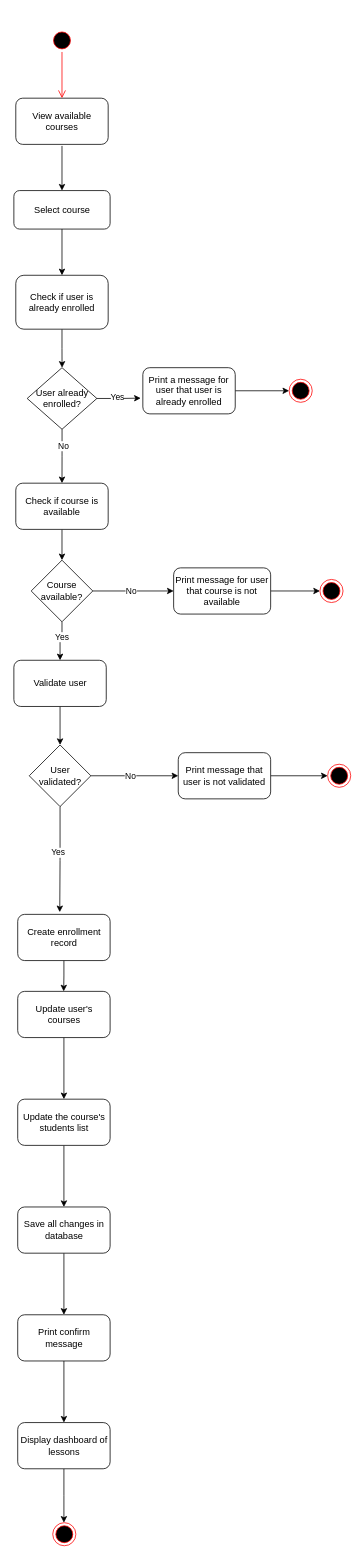
The draw.io diagram page "Page-1" (1 of 2) of activityDiagram.drawio in catray05/prog2_lab6, before the edit. Source tidied: cells renumbered, new cells numbered last; positions are measured from the earlier drawing's top-left corner, leaving out a move shared by most shapes. Both pictures are drawn from the tidied source at 77%, with x=0, y=0 at pixel (13, 28).
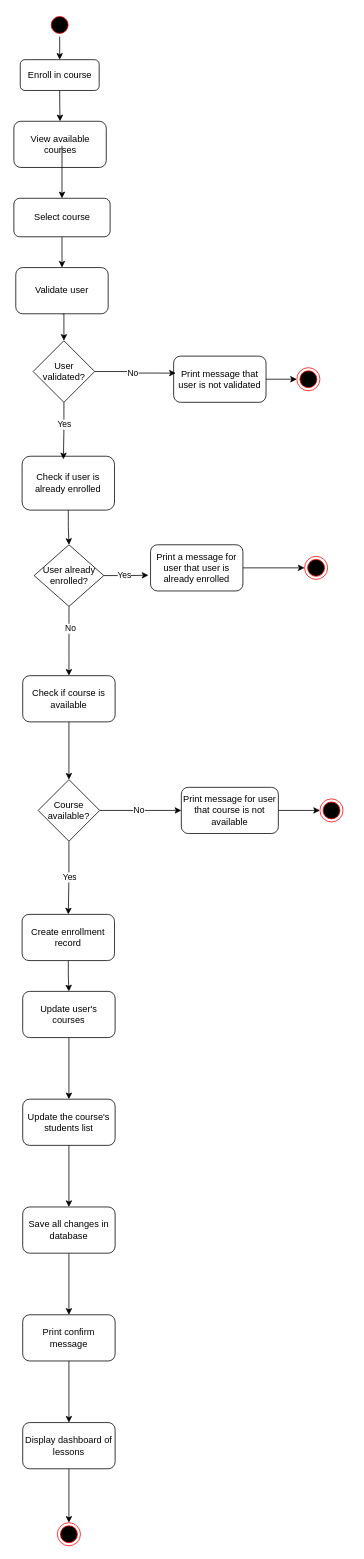
The same page after the edit.

Commit message:
changed the order, we will validate user first

The edit, as a diff of the source:
```diff
@@
     <mxCell id="2" value="View available courses" style="rounded=1;whiteSpace=wrap;html=1;" parent="1" vertex="1">
-      <mxGeometry x="3" y="90" width="120" height="60" as="geometry" />
+      <mxGeometry x="0.5" y="120" width="120" height="60" as="geometry" />
     </mxCell>
@@
-    <mxCell id="4" style="edgeStyle=orthogonalEdgeStyle;rounded=0;jettySize=auto;html=1;exitX=0.5;exitY=1;exitDx=0;exitDy=0;" parent="1" edge="1" source="5" target="10">
-      <mxGeometry relative="1" as="geometry" />
-    </mxCell>
+    <mxCell id="51" style="edgeStyle=orthogonalEdgeStyle;rounded=0;jettySize=auto;html=1;exitX=0.5;exitY=1;exitDx=0;exitDy=0;entryX=0.5;entryY=0;entryDx=0;entryDy=0;" parent="1" edge="1" source="5" target="24">
+      <mxGeometry relative="1" as="geometry" />
+    </mxCell>
     <mxCell id="5" value="Select course" style="rounded=1;whiteSpace=wrap;html=1;" parent="1" vertex="1">
-      <mxGeometry x="0.5" y="210" width="125" height="50" as="geometry" />
+      <mxGeometry x="0.5" y="220" width="125" height="50" as="geometry" />
     </mxCell>
@@
     <mxCell id="8" value="User already enrolled?" style="rhombus;whiteSpace=wrap;html=1;" parent="1" vertex="1">
-      <mxGeometry x="17.8" y="440" width="90.5" height="80" as="geometry" />
+      <mxGeometry x="26.8" y="670" width="90.5" height="80" as="geometry" />
     </mxCell>
@@
     <mxCell id="10" value="Check if user is already enrolled" style="rounded=1;whiteSpace=wrap;html=1;" parent="1" vertex="1">
-      <mxGeometry x="3" y="320" width="120" height="70" as="geometry" />
+      <mxGeometry x="11.2" y="555" width="120" height="70" as="geometry" />
     </mxCell>
@@
     <mxCell id="12" value="Print a message for user that user is already enrolled" style="rounded=1;whiteSpace=wrap;html=1;" parent="1" vertex="1">
-      <mxGeometry x="168" y="440" width="120" height="60" as="geometry" />
+      <mxGeometry x="178" y="670" width="120" height="60" as="geometry" />
     </mxCell>
     <mxCell id="13" style="ellipse;html=1;shape=endState;fillColor=#000000;strokeColor=#ff0000;" parent="1" vertex="1">
-      <mxGeometry x="358" y="455" width="30" height="30" as="geometry" />
+      <mxGeometry x="378" y="685" width="30" height="30" as="geometry" />
     </mxCell>
@@
     <mxCell id="15" value="Check if course is available" style="rounded=1;whiteSpace=wrap;html=1;" parent="1" vertex="1">
-      <mxGeometry x="3" y="590" width="120" height="60" as="geometry" />
+      <mxGeometry x="12" y="840" width="120" height="60" as="geometry" />
     </mxCell>
@@
-    <mxCell id="18" style="edgeStyle=orthogonalEdgeStyle;rounded=0;jettySize=auto;html=1;entryX=0.5;entryY=0;entryDx=0;entryDy=0;" parent="1" edge="1" source="20" target="24">
-      <mxGeometry relative="1" as="geometry" />
-    </mxCell>
-    <mxCell id="19" value="Yes" style="edgeLabel;html=1;align=center;verticalAlign=middle;" parent="18" vertex="1">
-      <mxGeometry x="-0.26" y="-1" relative="1" as="geometry" />
-    </mxCell>
+    <mxCell id="52" style="edgeStyle=orthogonalEdgeStyle;rounded=0;jettySize=auto;html=1;exitX=0.5;exitY=1;exitDx=0;exitDy=0;" parent="1" edge="1" source="20" target="37">
+      <mxGeometry relative="1" as="geometry" />
+    </mxCell>
+    <mxCell id="53" value="Yes" style="edgeLabel;html=1;align=center;verticalAlign=middle;" parent="52" vertex="1">
+      <mxGeometry x="-0.04" relative="1" as="geometry" />
+    </mxCell>
     <mxCell id="20" value="Course available?" style="rhombus;whiteSpace=wrap;html=1;" parent="1" vertex="1">
-      <mxGeometry x="23" y="690" width="80" height="80" as="geometry" />
+      <mxGeometry x="32" y="975" width="80" height="80" as="geometry" />
     </mxCell>
@@
     <mxCell id="22" value="Print message for user that course is not available" style="rounded=1;whiteSpace=wrap;html=1;" parent="1" vertex="1">
-      <mxGeometry x="208" y="700" width="126" height="60" as="geometry" />
+      <mxGeometry x="218" y="985" width="126" height="60" as="geometry" />
     </mxCell>
-    <mxCell id="23" style="edgeStyle=orthogonalEdgeStyle;rounded=0;jettySize=auto;html=1;entryX=0.5;entryY=0;entryDx=0;entryDy=0;" parent="1" edge="1" source="24" target="27">
-      <mxGeometry relative="1" as="geometry" />
-    </mxCell>
-    <mxCell id="24" value="Validate user" style="rounded=1;whiteSpace=wrap;html=1;" parent="1" vertex="1">
-      <mxGeometry x="0.5" y="820" width="120" height="60" as="geometry" />
-    </mxCell>
-    <mxCell id="25" style="edgeStyle=orthogonalEdgeStyle;rounded=0;jettySize=auto;html=1;exitX=1;exitY=0.5;exitDx=0;exitDy=0;entryX=0;entryY=0.5;entryDx=0;entryDy=0;" parent="1" edge="1" source="27" target="29">
-      <mxGeometry relative="1" as="geometry" />
-    </mxCell>
-    <mxCell id="26" value="No" style="edgeLabel;html=1;align=center;verticalAlign=middle;" parent="25" vertex="1">
-      <mxGeometry x="-0.11" relative="1" as="geometry" />
-    </mxCell>
     <mxCell id="27" value="User validated?" style="rhombus;whiteSpace=wrap;html=1;" parent="1" vertex="1">
-      <mxGeometry x="20.5" y="930" width="80" height="80" as="geometry" />
+      <mxGeometry x="25.5" y="405" width="80" height="80" as="geometry" />
     </mxCell>
@@
     <mxCell id="29" value="Print message that user is not validated" style="rounded=1;whiteSpace=wrap;html=1;" parent="1" vertex="1">
-      <mxGeometry x="214" y="940" width="120" height="60" as="geometry" />
+      <mxGeometry x="208" y="425" width="120" height="60" as="geometry" />
     </mxCell>
+    <mxCell id="54" style="edgeStyle=orthogonalEdgeStyle;rounded=0;jettySize=auto;html=1;exitX=0.5;exitY=1;exitDx=0;exitDy=0;entryX=0.5;entryY=0;entryDx=0;entryDy=0;" parent="1" edge="1" source="30" target="60">
+      <mxGeometry relative="1" as="geometry" />
+    </mxCell>
     <mxCell id="30" style="ellipse;html=1;shape=startState;fillColor=#000000;strokeColor=#ff0000;" parent="1" vertex="1">
-      <mxGeometry x="48" width="30" height="30" as="geometry" />
+      <mxGeometry x="45" y="-20" width="30" height="30" as="geometry" />
     </mxCell>
-    <mxCell id="31" style="edgeStyle=orthogonalEdgeStyle;html=1;verticalAlign=bottom;endArrow=open;endSize=8;strokeColor=#ff0000;rounded=0;entryX=0.5;entryY=0;entryDx=0;entryDy=0;" parent="1" edge="1" source="30" target="2">
-      <mxGeometry relative="1" as="geometry" />
-    </mxCell>
@@
     <mxCell id="34" style="ellipse;html=1;shape=endState;fillColor=#000000;strokeColor=#ff0000;" parent="1" vertex="1">
-      <mxGeometry x="398" y="715" width="30" height="30" as="geometry" />
+      <mxGeometry x="398" y="1000" width="30" height="30" as="geometry" />
     </mxCell>
     <mxCell id="35" style="ellipse;html=1;shape=endState;fillColor=#000000;strokeColor=#ff0000;" parent="1" vertex="1">
-      <mxGeometry x="408" y="955" width="30" height="30" as="geometry" />
+      <mxGeometry x="368" y="440" width="30" height="30" as="geometry" />
     </mxCell>
-    <mxCell id="36" style="edgeStyle=orthogonalEdgeStyle;rounded=0;jettySize=auto;html=1;exitX=0.5;exitY=1;exitDx=0;exitDy=0;" parent="1" edge="1" source="37">
-      <mxGeometry relative="1" as="geometry">
-        <mxPoint x="65.2" y="1250" as="targetPoint" />
-      </mxGeometry>
-    </mxCell>
+    <mxCell id="55" style="edgeStyle=orthogonalEdgeStyle;rounded=0;jettySize=auto;html=1;exitX=0.5;exitY=1;exitDx=0;exitDy=0;" parent="1" edge="1" source="37" target="41">
+      <mxGeometry relative="1" as="geometry" />
+    </mxCell>
     <mxCell id="37" value="Create enrollment record" style="rounded=1;whiteSpace=wrap;html=1;" parent="1" vertex="1">
-      <mxGeometry x="5.5" y="1150" width="120" height="60" as="geometry" />
+      <mxGeometry x="11.2" y="1150" width="120" height="60" as="geometry" />
     </mxCell>
-    <mxCell id="38" style="edgeStyle=orthogonalEdgeStyle;rounded=0;jettySize=auto;html=1;entryX=0.455;entryY=-0.048;entryDx=0;entryDy=0;entryPerimeter=0;" parent="1" edge="1" source="27" target="37">
-      <mxGeometry relative="1" as="geometry" />
-    </mxCell>
-    <mxCell id="39" value="Yes" style="edgeLabel;html=1;align=center;verticalAlign=middle;" parent="38" vertex="1">
-      <mxGeometry x="-0.14" y="-3" relative="1" as="geometry" />
-    </mxCell>
@@
     <mxCell id="41" value="Update user's courses" style="rounded=1;whiteSpace=wrap;html=1;" parent="1" vertex="1">
-      <mxGeometry x="5.5" y="1250" width="120" height="60" as="geometry" />
+      <mxGeometry x="12" y="1250" width="120" height="60" as="geometry" />
     </mxCell>
@@
     <mxCell id="43" value="Update the course's students list" style="whiteSpace=wrap;html=1;rounded=1;" parent="1" vertex="1">
-      <mxGeometry x="5.5" y="1390" width="120" height="60" as="geometry" />
+      <mxGeometry x="12" y="1390" width="120" height="60" as="geometry" />
     </mxCell>
@@
     <mxCell id="45" value="Save all changes in database" style="whiteSpace=wrap;html=1;rounded=1;" parent="1" vertex="1">
-      <mxGeometry x="5.5" y="1530" width="120" height="60" as="geometry" />
+      <mxGeometry x="12" y="1530" width="120" height="60" as="geometry" />
     </mxCell>
@@
     <mxCell id="47" value="Print confirm message" style="rounded=1;whiteSpace=wrap;html=1;" parent="1" vertex="1">
-      <mxGeometry x="5.5" y="1670" width="120" height="60" as="geometry" />
+      <mxGeometry x="12" y="1670" width="120" height="60" as="geometry" />
     </mxCell>
-    <mxCell id="48" style="edgeStyle=orthogonalEdgeStyle;rounded=0;jettySize=auto;html=1;" parent="1" edge="1" source="49">
-      <mxGeometry relative="1" as="geometry">
-        <mxPoint x="65.5" y="1940" as="targetPoint" />
-      </mxGeometry>
-    </mxCell>
+    <mxCell id="56" style="edgeStyle=orthogonalEdgeStyle;rounded=0;jettySize=auto;html=1;entryX=0.5;entryY=0;entryDx=0;entryDy=0;" parent="1" edge="1" source="49" target="50">
+      <mxGeometry relative="1" as="geometry" />
+    </mxCell>
     <mxCell id="49" value="Display dashboard of lessons" style="rounded=1;whiteSpace=wrap;html=1;" parent="1" vertex="1">
-      <mxGeometry x="5.5" y="1810" width="120" height="60" as="geometry" />
+      <mxGeometry x="12" y="1810" width="120" height="60" as="geometry" />
     </mxCell>
     <mxCell id="50" style="ellipse;html=1;shape=endState;fillColor=#000000;strokeColor=#ff0000;" parent="1" vertex="1">
-      <mxGeometry x="51" y="1940" width="30" height="30" as="geometry" />
+      <mxGeometry x="57" y="1940" width="30" height="30" as="geometry" />
     </mxCell>
+    <mxCell id="23" style="edgeStyle=orthogonalEdgeStyle;rounded=0;jettySize=auto;html=1;exitX=0.5;exitY=1;exitDx=0;exitDy=0;entryX=0.5;entryY=0;entryDx=0;entryDy=0;" parent="1" edge="1" source="24" target="27">
+      <mxGeometry relative="1" as="geometry" />
+    </mxCell>
+    <mxCell id="24" value="Validate user" style="rounded=1;whiteSpace=wrap;html=1;" parent="1" vertex="1">
+      <mxGeometry x="3" y="310" width="120" height="60" as="geometry" />
+    </mxCell>
+    <mxCell id="57" style="edgeStyle=orthogonalEdgeStyle;rounded=0;jettySize=auto;html=1;exitX=0.5;exitY=1;exitDx=0;exitDy=0;entryX=0.447;entryY=0.057;entryDx=0;entryDy=0;entryPerimeter=0;" parent="1" edge="1" source="27" target="10">
+      <mxGeometry relative="1" as="geometry" />
+    </mxCell>
+    <mxCell id="58" value="Yes" style="edgeLabel;html=1;align=center;verticalAlign=middle;" parent="57" vertex="1">
+      <mxGeometry x="-0.24" relative="1" as="geometry" />
+    </mxCell>
+    <mxCell id="25" style="edgeStyle=orthogonalEdgeStyle;rounded=0;jettySize=auto;html=1;exitX=1;exitY=0.5;exitDx=0;exitDy=0;entryX=0.023;entryY=0.367;entryDx=0;entryDy=0;entryPerimeter=0;" parent="1" edge="1" source="27" target="29">
+      <mxGeometry relative="1" as="geometry" />
+    </mxCell>
+    <mxCell id="26" value="No" style="edgeLabel;html=1;align=center;verticalAlign=middle;" parent="25" vertex="1">
+      <mxGeometry x="-0.09" y="-1" relative="1" as="geometry" />
+    </mxCell>
+    <mxCell id="59" style="edgeStyle=orthogonalEdgeStyle;rounded=0;jettySize=auto;html=1;exitX=0.5;exitY=1;exitDx=0;exitDy=0;entryX=0.5;entryY=0;entryDx=0;entryDy=0;" parent="1" edge="1" source="60" target="2">
+      <mxGeometry relative="1" as="geometry" />
+    </mxCell>
+    <mxCell id="60" value="Enroll in course" style="rounded=1;whiteSpace=wrap;html=1;" parent="1" vertex="1">
+      <mxGeometry x="8.8" y="40" width="102.5" height="40" as="geometry" />
+    </mxCell>
```
